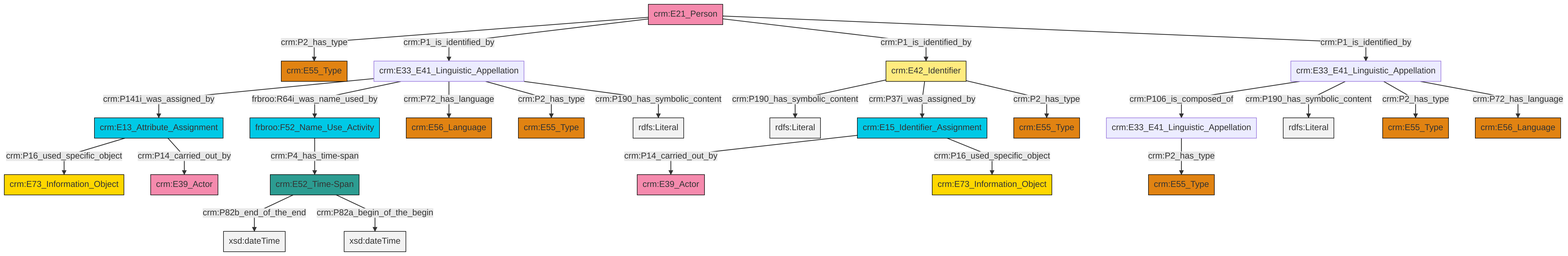
swiss-art-research-net/reference-data-models keeps this Mermaid diagram as et/personCSV/ttl/mmd/png/Person_Names_and_Classification.png. Above is the earlier version. Its source is kept beside it as et/personCSV/ttl/mmd/Person_Names_and_Classification.ttl.mmd.
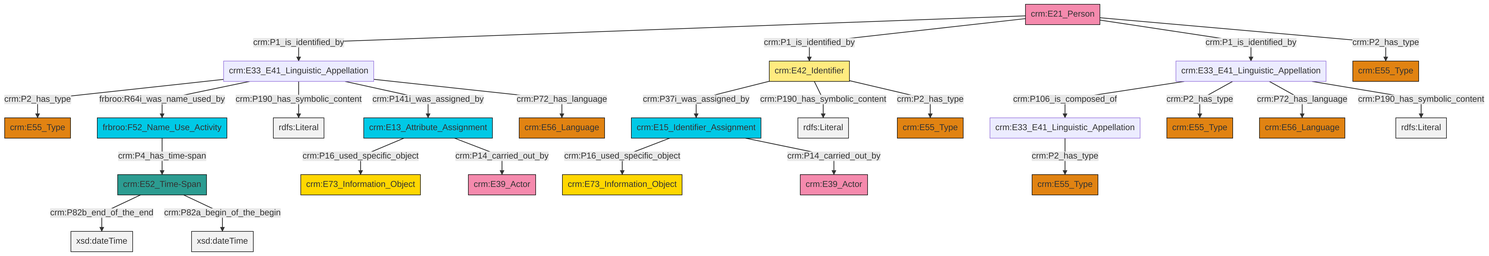
Above is the later version.

The edit, as a diff of the source:
```diff
@@ -13,27 +13,27 @@
 classDef PC_Classes fill:#4ce600, stroke:#000000;
 classDef Multi fill:#cccccc,stroke:#000000;
 
-0["crm:E33_E41_Linguistic_Appellation"]:::Default -->|crm:P106_is_composed_of| 1["crm:E33_E41_Linguistic_Appellation"]:::Default
-2["crm:E21_Person"]:::Actor -->|crm:P2_has_type| 3["crm:E55_Type"]:::Type
-4["crm:E33_E41_Linguistic_Appellation"]:::Default -->|crm:P141i_was_assigned_by| 5["crm:E13_Attribute_Assignment"]:::Temporal_Entity
-2["crm:E21_Person"]:::Actor -->|crm:P1_is_identified_by| 4["crm:E33_E41_Linguistic_Appellation"]:::Default
-2["crm:E21_Person"]:::Actor -->|crm:P1_is_identified_by| 9["crm:E42_Identifier"]:::Appellation
-2["crm:E21_Person"]:::Actor -->|crm:P1_is_identified_by| 0["crm:E33_E41_Linguistic_Appellation"]:::Default
-14["crm:E52_Time-Span"]:::Time-Span -->|crm:P82b_end_of_the_end| 15[xsd:dateTime]:::Literal
-1["crm:E33_E41_Linguistic_Appellation"]:::Default -->|crm:P2_has_type| 17["crm:E55_Type"]:::Type
-0["crm:E33_E41_Linguistic_Appellation"]:::Default -->|crm:P190_has_symbolic_content| 21[rdfs:Literal]:::Literal
-4["crm:E33_E41_Linguistic_Appellation"]:::Default -->|frbroo:R64i_was_name_used_by| 24["frbroo:F52_Name_Use_Activity"]:::Temporal_Entity
-4["crm:E33_E41_Linguistic_Appellation"]:::Default -->|crm:P72_has_language| 25["crm:E56_Language"]:::Type
-9["crm:E42_Identifier"]:::Appellation -->|crm:P190_has_symbolic_content| 26[rdfs:Literal]:::Literal
-12["crm:E15_Identifier_Assignment"]:::Temporal_Entity -->|crm:P14_carried_out_by| 28["crm:E39_Actor"]:::Actor
-9["crm:E42_Identifier"]:::Appellation -->|crm:P37i_was_assigned_by| 12["crm:E15_Identifier_Assignment"]:::Temporal_Entity
-12["crm:E15_Identifier_Assignment"]:::Temporal_Entity -->|crm:P16_used_specific_object| 33["crm:E73_Information_Object"]:::Conceptual_Object
-9["crm:E42_Identifier"]:::Appellation -->|crm:P2_has_type| 18["crm:E55_Type"]:::Type
-24["frbroo:F52_Name_Use_Activity"]:::Temporal_Entity -->|crm:P4_has_time-span| 14["crm:E52_Time-Span"]:::Time-Span
-0["crm:E33_E41_Linguistic_Appellation"]:::Default -->|crm:P2_has_type| 10["crm:E55_Type"]:::Type
-5["crm:E13_Attribute_Assignment"]:::Temporal_Entity -->|crm:P16_used_specific_object| 37["crm:E73_Information_Object"]:::Conceptual_Object
-0["crm:E33_E41_Linguistic_Appellation"]:::Default -->|crm:P72_has_language| 6["crm:E56_Language"]:::Type
-4["crm:E33_E41_Linguistic_Appellation"]:::Default -->|crm:P2_has_type| 30["crm:E55_Type"]:::Type
-14["crm:E52_Time-Span"]:::Time-Span -->|crm:P82a_begin_of_the_begin| 44[xsd:dateTime]:::Literal
-4["crm:E33_E41_Linguistic_Appellation"]:::Default -->|crm:P190_has_symbolic_content| 45[rdfs:Literal]:::Literal
-5["crm:E13_Attribute_Assignment"]:::Temporal_Entity -->|crm:P14_carried_out_by| 41["crm:E39_Actor"]:::Actor
+4["frbroo:F52_Name_Use_Activity"]:::Temporal_Entity -->|crm:P4_has_time-span| 5["crm:E52_Time-Span"]:::Time-Span
+6["crm:E15_Identifier_Assignment"]:::Temporal_Entity -->|crm:P16_used_specific_object| 7["crm:E73_Information_Object"]:::Conceptual_Object
+8["crm:E13_Attribute_Assignment"]:::Temporal_Entity -->|crm:P16_used_specific_object| 9["crm:E73_Information_Object"]:::Conceptual_Object
+16["crm:E42_Identifier"]:::Appellation -->|crm:P37i_was_assigned_by| 6["crm:E15_Identifier_Assignment"]:::Temporal_Entity
+17["crm:E33_E41_Linguistic_Appellation"]:::Default -->|crm:P106_is_composed_of| 10["crm:E33_E41_Linguistic_Appellation"]:::Default
+14["crm:E21_Person"]:::Actor -->|crm:P1_is_identified_by| 18["crm:E33_E41_Linguistic_Appellation"]:::Default
+14["crm:E21_Person"]:::Actor -->|crm:P1_is_identified_by| 16["crm:E42_Identifier"]:::Appellation
+16["crm:E42_Identifier"]:::Appellation -->|crm:P190_has_symbolic_content| 23[rdfs:Literal]:::Literal
+17["crm:E33_E41_Linguistic_Appellation"]:::Default -->|crm:P2_has_type| 0["crm:E55_Type"]:::Type
+17["crm:E33_E41_Linguistic_Appellation"]:::Default -->|crm:P72_has_language| 24["crm:E56_Language"]:::Type
+18["crm:E33_E41_Linguistic_Appellation"]:::Default -->|crm:P2_has_type| 12["crm:E55_Type"]:::Type
+14["crm:E21_Person"]:::Actor -->|crm:P1_is_identified_by| 17["crm:E33_E41_Linguistic_Appellation"]:::Default
+17["crm:E33_E41_Linguistic_Appellation"]:::Default -->|crm:P190_has_symbolic_content| 34[rdfs:Literal]:::Literal
+8["crm:E13_Attribute_Assignment"]:::Temporal_Entity -->|crm:P14_carried_out_by| 35["crm:E39_Actor"]:::Actor
+18["crm:E33_E41_Linguistic_Appellation"]:::Default -->|frbroo:R64i_was_name_used_by| 4["frbroo:F52_Name_Use_Activity"]:::Temporal_Entity
+14["crm:E21_Person"]:::Actor -->|crm:P2_has_type| 2["crm:E55_Type"]:::Type
+18["crm:E33_E41_Linguistic_Appellation"]:::Default -->|crm:P190_has_symbolic_content| 36[rdfs:Literal]:::Literal
+16["crm:E42_Identifier"]:::Appellation -->|crm:P2_has_type| 20["crm:E55_Type"]:::Type
+5["crm:E52_Time-Span"]:::Time-Span -->|crm:P82b_end_of_the_end| 42[xsd:dateTime]:::Literal
+10["crm:E33_E41_Linguistic_Appellation"]:::Default -->|crm:P2_has_type| 40["crm:E55_Type"]:::Type
+6["crm:E15_Identifier_Assignment"]:::Temporal_Entity -->|crm:P14_carried_out_by| 31["crm:E39_Actor"]:::Actor
+18["crm:E33_E41_Linguistic_Appellation"]:::Default -->|crm:P141i_was_assigned_by| 8["crm:E13_Attribute_Assignment"]:::Temporal_Entity
+18["crm:E33_E41_Linguistic_Appellation"]:::Default -->|crm:P72_has_language| 37["crm:E56_Language"]:::Type
+5["crm:E52_Time-Span"]:::Time-Span -->|crm:P82a_begin_of_the_begin| 46[xsd:dateTime]:::Literal
```
